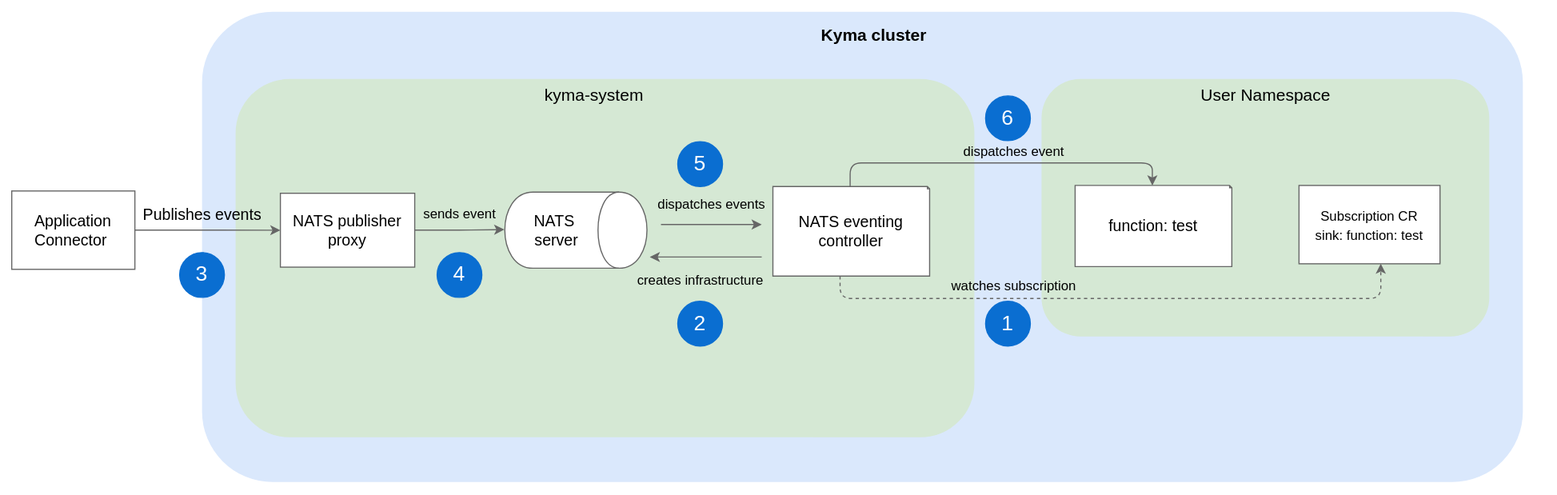
Above: docs/05-technical-reference/03-architecture/assets/evnt-processing-flow.svg in kyma-project/kyma (draw.io), before the change. Source tidied: cells renumbered, new cells last; positions are measured from the earlier drawing's top-left corner, leaving out a move shared by most shapes.
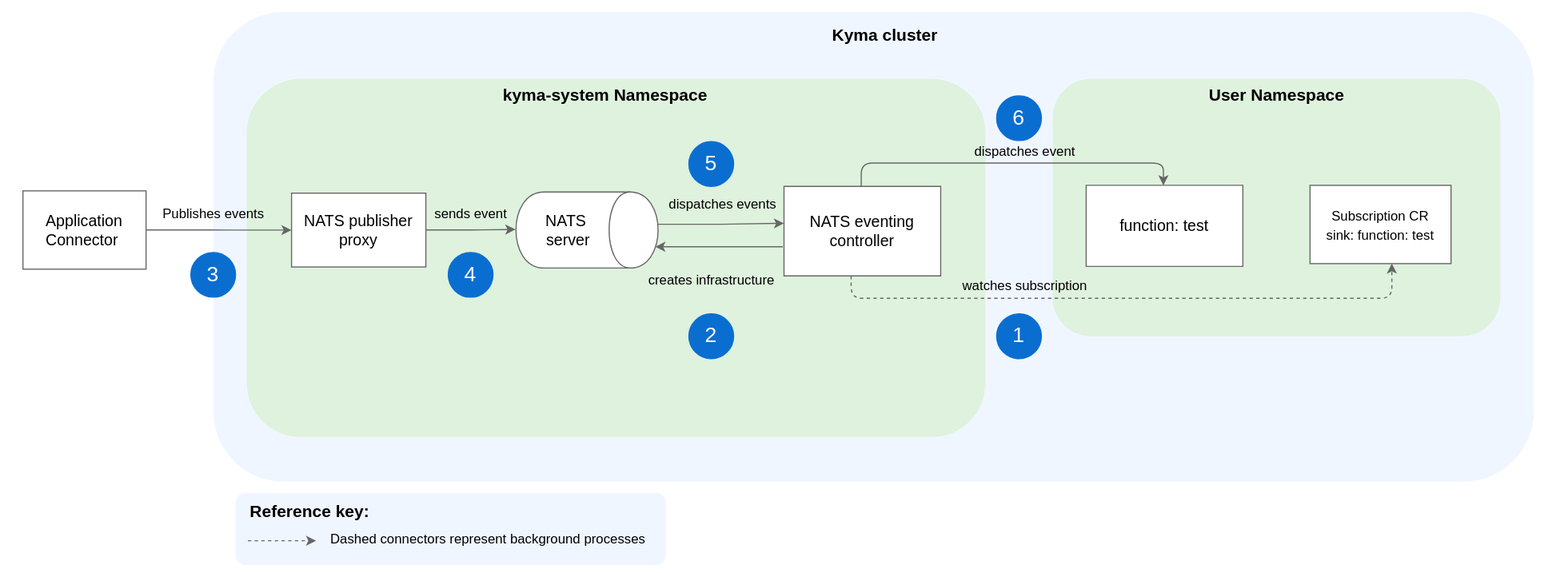
After the commit.

Diff of the diagram source:
```diff
@@ -3,28 +3,28 @@
     <mxCell id="0" />
     <mxCell id="1" parent="0" />
     <mxCell id="2" style="rounded=0;whiteSpace=wrap;html=1;strokeColor=none;" parent="1" vertex="1">
-      <mxGeometry width="1390" height="440" as="geometry" />
+      <mxGeometry x="-10" width="1400" height="510" as="geometry" />
     </mxCell>
-    <mxCell id="3" style="group;fillColor=#dae8fc;strokeWidth=2;verticalAlign=top;shadow=0;rounded=1;" parent="1" vertex="1">
+    <mxCell id="3" style="group;strokeWidth=2;verticalAlign=top;shadow=0;rounded=1;fillColor=#F0F6FF;" parent="1" vertex="1">
       <mxGeometry x="180" y="10" width="1180" height="420" as="geometry" />
     </mxCell>
-    <mxCell id="4" style="group;fillColor=#d5e8d4;strokeWidth=2;rounded=1;" parent="1" vertex="1">
+    <mxCell id="4" style="group;strokeWidth=2;rounded=1;fillColor=#DEF2DD;" parent="1" vertex="1">
       <mxGeometry x="930" y="70" width="400" height="230" as="geometry" />
     </mxCell>
-    <mxCell id="5" value="&lt;font style=&quot;font-size: 14px&quot;&gt;&lt;br style=&quot;font-size: 14px&quot;&gt;&lt;font style=&quot;font-size: 14px&quot;&gt;Application Connector&lt;/font&gt;&lt;/font&gt;&lt;font style=&quot;font-size: 14px&quot;&gt;&amp;nbsp;&lt;br style=&quot;font-size: 14px&quot;&gt;&lt;br style=&quot;font-size: 14px&quot;&gt;&lt;/font&gt;" style="rounded=0;whiteSpace=wrap;html=1;strokeWidth=1;fillColor=#ffffff;verticalAlign=middle;fontSize=14;strokeColor=#666666;" parent="1" vertex="1">
+    <mxCell id="5" value="&lt;font style=&quot;font-size: 14px&quot;&gt;&lt;br&gt;&lt;font style=&quot;font-size: 14px&quot;&gt;Application Connector&lt;/font&gt;&lt;/font&gt;&lt;font style=&quot;font-size: 14px&quot;&gt;&lt;font style=&quot;font-size: 14px&quot;&gt;&amp;nbsp;&lt;br&gt;&lt;/font&gt;&lt;br style=&quot;font-size: 14px&quot;&gt;&lt;/font&gt;" style="rounded=0;whiteSpace=wrap;html=1;strokeWidth=1;fillColor=#ffffff;verticalAlign=middle;fontSize=14;strokeColor=#666666;" parent="1" vertex="1">
       <mxGeometry x="10" y="170" width="110" height="70" as="geometry" />
     </mxCell>
-    <mxCell id="6" value="&lt;font style=&quot;font-size: 15px;&quot;&gt;User Namespace&lt;/font&gt;" style="text;html=1;strokeColor=none;fillColor=none;align=center;verticalAlign=middle;whiteSpace=wrap;rounded=0;fontSize=15;" parent="1" vertex="1">
+    <mxCell id="6" value="&lt;font style=&quot;font-size: 15px&quot;&gt;&lt;b&gt;User Namespace&lt;/b&gt;&lt;/font&gt;" style="text;html=1;strokeColor=none;fillColor=none;align=center;verticalAlign=middle;whiteSpace=wrap;rounded=0;fontSize=15;" parent="1" vertex="1">
       <mxGeometry x="1043.5" y="79.5" width="173" height="9.5" as="geometry" />
     </mxCell>
     <mxCell id="7" value="&lt;span style=&quot;font-size: 12px&quot;&gt;Subscription CR&lt;/span&gt;&lt;br style=&quot;font-size: 12px&quot;&gt;&lt;span style=&quot;font-size: 12px&quot;&gt;sink: function: test&lt;/span&gt;&lt;span style=&quot;font-size: 14px&quot;&gt;&lt;br style=&quot;font-size: 14px&quot;&gt;&lt;/span&gt;" style="rounded=0;whiteSpace=wrap;html=1;strokeWidth=1;fillColor=#ffffff;direction=south;fontSize=14;strokeColor=#666666;" parent="1" vertex="1">
       <mxGeometry x="1160" y="165.1" width="126" height="70" as="geometry" />
     </mxCell>
-    <mxCell id="8" style="group;fillColor=#d5e8d4;strokeWidth=2;verticalAlign=top;rounded=1;" parent="1" vertex="1">
+    <mxCell id="8" style="group;strokeWidth=2;verticalAlign=top;rounded=1;fillColor=#DEF2DD;" parent="1" vertex="1">
       <mxGeometry x="210" y="70" width="660" height="320" as="geometry" />
     </mxCell>
-    <mxCell id="9" value="&lt;font style=&quot;font-size: 15px&quot;&gt;kyma-system&lt;/font&gt;" style="text;html=1;align=center;verticalAlign=middle;fontSize=15;" parent="1" vertex="1">
-      <mxGeometry x="480" y="74.3" width="100" height="20" as="geometry" />
+    <mxCell id="9" value="&lt;font style=&quot;font-size: 15px&quot;&gt;&lt;b&gt;kyma-system Namespace&lt;/b&gt;&lt;/font&gt;" style="text;html=1;align=center;verticalAlign=middle;fontSize=15;" parent="1" vertex="1">
+      <mxGeometry x="430" y="74.3" width="200" height="20" as="geometry" />
     </mxCell>
     <mxCell id="10" value="&lt;font color=&quot;#000000&quot; style=&quot;font-size: 15px;&quot;&gt;&lt;b style=&quot;font-size: 15px;&quot;&gt;Kyma cluster&lt;/b&gt;&lt;/font&gt;" style="text;html=1;align=center;verticalAlign=middle;fontColor=#D2D5D9;fontSize=15;" parent="1" vertex="1">
       <mxGeometry x="725" y="20" width="110" height="20" as="geometry" />
@@ -38,8 +38,8 @@
     <mxCell id="13" value="&lt;font style=&quot;font-size: 14px&quot;&gt;NATS&lt;br&gt;&amp;nbsp;server&lt;/font&gt;" style="shape=cylinder;whiteSpace=wrap;html=1;boundedLbl=1;backgroundOutline=1;rotation=90;horizontal=0;fontSize=14;strokeColor=#666666;" parent="1" vertex="1">
       <mxGeometry x="480" y="141.5" width="68" height="127" as="geometry" />
     </mxCell>
-    <mxCell id="14" value="&lt;font style=&quot;font-size: 14px&quot;&gt;Publishes events&lt;/font&gt;" style="text;html=1;align=center;verticalAlign=middle;" parent="1" vertex="1">
-      <mxGeometry x="120" y="181" width="120" height="20" as="geometry" />
+    <mxCell id="14" value="&lt;font style=&quot;font-size: 12px&quot;&gt;Publishes events&lt;/font&gt;" style="text;html=1;align=center;verticalAlign=middle;" parent="1" vertex="1">
+      <mxGeometry x="125" y="181" width="110" height="20" as="geometry" />
     </mxCell>
     <mxCell id="15" value="sends event" style="text;html=1;align=center;verticalAlign=middle;" parent="1" vertex="1">
       <mxGeometry x="370" y="181" width="80" height="20" as="geometry" />
@@ -48,10 +48,10 @@
       <mxGeometry x="580" y="172.1" width="110" height="20" as="geometry" />
     </mxCell>
     <mxCell id="17" value="&lt;font color=&quot;#ffffff&quot; style=&quot;font-size: 19px&quot;&gt;1&lt;/font&gt;" style="ellipse;whiteSpace=wrap;html=1;strokeColor=#0A6ED1;fillColor=#0A6ED1;" parent="1" vertex="1">
-      <mxGeometry x="880" y="268.6" width="40" height="40" as="geometry" />
+      <mxGeometry x="880" y="280" width="40" height="40" as="geometry" />
     </mxCell>
     <mxCell id="18" value="&lt;font color=&quot;#ffffff&quot; style=&quot;font-size: 19px&quot;&gt;2&lt;/font&gt;&lt;span style=&quot;color: rgba(0 , 0 , 0 , 0) ; font-family: monospace ; font-size: 0px ; white-space: nowrap&quot;&gt;%3CmxGraphModel%3E%3Croot%3E%3CmxCell%20id%3D%220%22%2F%3E%3CmxCell%20id%3D%221%22%20parent%3D%220%22%2F%3E%3CmxCell%20id%3D%222%22%20value%3D%22%26lt%3Bfont%20color%3D%26quot%3B%23ffffff%26quot%3B%20style%3D%26quot%3Bfont-size%3A%2019px%26quot%3B%26gt%3B1%26lt%3B%2Ffont%26gt%3B%22%20style%3D%22ellipse%3BwhiteSpace%3Dwrap%3Bhtml%3D1%3BstrokeColor%3D%230A6ED1%3BfillColor%3D%230A6ED1%3B%22%20vertex%3D%221%22%20parent%3D%221%22%3E%3CmxGeometry%20x%3D%22185%22%20y%3D%22220%22%20width%3D%2240%22%20height%3D%2240%22%20as%3D%22geometry%22%2F%3E%3C%2FmxCell%3E%3C%2Froot%3E%3C%2FmxGraphModel%3E&lt;/span&gt;" style="ellipse;whiteSpace=wrap;html=1;strokeColor=#0A6ED1;fillColor=#0A6ED1;" parent="1" vertex="1">
-      <mxGeometry x="605" y="268.6" width="40" height="40" as="geometry" />
+      <mxGeometry x="605" y="280" width="40" height="40" as="geometry" />
     </mxCell>
     <mxCell id="19" value="&lt;font color=&quot;#ffffff&quot;&gt;&lt;span style=&quot;font-size: 19px&quot;&gt;4&lt;/span&gt;&lt;/font&gt;" style="ellipse;whiteSpace=wrap;html=1;strokeColor=#0A6ED1;fillColor=#0A6ED1;" parent="1" vertex="1">
       <mxGeometry x="390" y="225.1" width="40" height="40" as="geometry" />
@@ -65,13 +65,13 @@
         </Array>
       </mxGeometry>
     </mxCell>
-    <mxCell id="21" value="&lt;font style=&quot;font-size: 14px&quot;&gt;function: test&lt;/font&gt;" style="shape=note;whiteSpace=wrap;html=1;backgroundOutline=1;darkOpacity=0.05;fillColor=#FFFFFF;gradientColor=none;size=2;fontSize=14;strokeColor=#666666;" parent="1" vertex="1">
+    <mxCell id="21" value="&lt;font style=&quot;font-size: 14px&quot;&gt;function: test&lt;/font&gt;" style="shape=note;whiteSpace=wrap;html=1;backgroundOutline=1;darkOpacity=0.05;fillColor=#FFFFFF;gradientColor=none;size=0;fontSize=14;strokeColor=#666666;" parent="1" vertex="1">
       <mxGeometry x="960" y="165.1" width="140" height="72.5" as="geometry" />
     </mxCell>
     <mxCell id="22" style="edgeStyle=orthogonalEdgeStyle;rounded=1;jettySize=auto;html=1;entryX=0;entryY=0;entryDx=69;entryDy=0;entryPerimeter=0;endArrow=classic;endFill=1;exitX=0;exitY=0;exitDx=69;exitDy=0;exitPerimeter=0;startArrow=none;startFill=0;strokeColor=#666666;" parent="1" edge="1" source="23" target="21">
       <mxGeometry relative="1" as="geometry" />
     </mxCell>
-    <mxCell id="23" value="&lt;font style=&quot;font-size: 14px&quot;&gt;NATS eventing controller&lt;/font&gt;" style="shape=note;whiteSpace=wrap;html=1;backgroundOutline=1;darkOpacity=0.05;fillColor=#FFFFFF;gradientColor=none;size=2;fontSize=14;strokeColor=#666666;" parent="1" vertex="1">
+    <mxCell id="23" value="&lt;font style=&quot;font-size: 14px&quot;&gt;NATS eventing controller&lt;/font&gt;" style="shape=note;whiteSpace=wrap;html=1;backgroundOutline=1;darkOpacity=0.05;fillColor=#FFFFFF;gradientColor=none;size=0;fontSize=14;strokeColor=#666666;" parent="1" vertex="1">
       <mxGeometry x="690" y="166.1" width="140" height="80" as="geometry" />
     </mxCell>
     <mxCell id="24" value="&lt;font color=&quot;#ffffff&quot;&gt;&lt;span style=&quot;font-size: 19px&quot;&gt;3&lt;/span&gt;&lt;/font&gt;" style="ellipse;whiteSpace=wrap;html=1;strokeColor=#0A6ED1;fillColor=#0A6ED1;" parent="1" vertex="1">
@@ -100,18 +100,32 @@
     </mxCell>
     <mxCell id="30" style="edgeStyle=orthogonalEdgeStyle;rounded=1;orthogonalLoop=1;jettySize=auto;html=1;strokeColor=#666666;" parent="1" edge="1">
       <mxGeometry relative="1" as="geometry">
-        <mxPoint x="680" y="229" as="sourcePoint" />
-        <mxPoint x="580" y="229" as="targetPoint" />
+        <mxPoint x="689" y="220" as="sourcePoint" />
+        <mxPoint x="575" y="220" as="targetPoint" />
       </mxGeometry>
     </mxCell>
-    <mxCell id="31" style="edgeStyle=orthogonalEdgeStyle;rounded=1;orthogonalLoop=1;jettySize=auto;html=1;strokeColor=#666666;" parent="1" edge="1">
+    <mxCell id="31" style="edgeStyle=orthogonalEdgeStyle;rounded=1;jettySize=auto;html=1;strokeColor=#666666;exitX=0.424;exitY=0.001;exitDx=0;exitDy=0;exitPerimeter=0;" parent="1" edge="1" source="13">
       <mxGeometry relative="1" as="geometry">
-        <mxPoint x="590" y="200" as="sourcePoint" />
-        <mxPoint x="680" y="200" as="targetPoint" />
+        <mxPoint x="690" y="199" as="targetPoint" />
       </mxGeometry>
     </mxCell>
     <mxCell id="32" value="&lt;font color=&quot;#ffffff&quot;&gt;&lt;span style=&quot;font-size: 19px&quot;&gt;6&lt;/span&gt;&lt;/font&gt;" style="ellipse;whiteSpace=wrap;html=1;strokeColor=#0A6ED1;fillColor=#0A6ED1;" parent="1" vertex="1">
       <mxGeometry x="880" y="85.1" width="40" height="40" as="geometry" />
     </mxCell>
+    <mxCell id="33" style="rounded=1;whiteSpace=wrap;html=1;strokeColor=none;fillColor=#F0F6FF;direction=east;rotation=-90;arcSize=14;" parent="1" vertex="1">
+      <mxGeometry x="360" y="280" width="64.5" height="384.6" as="geometry" />
+    </mxCell>
+    <mxCell id="34" value="&lt;font style=&quot;font-size: 15px&quot;&gt;&lt;b&gt;Reference key:&lt;/b&gt;&lt;/font&gt;" style="text;html=1;strokeColor=none;fillColor=none;align=center;verticalAlign=middle;whiteSpace=wrap;rounded=0;direction=east;rotation=0;" parent="1" vertex="1">
+      <mxGeometry x="210" y="445.8" width="113" height="20" as="geometry" />
+    </mxCell>
+    <mxCell id="35" value="&lt;div&gt;&lt;span&gt;Dashed connectors represent background processes&lt;/span&gt;&lt;/div&gt;" style="text;html=1;strokeColor=none;fillColor=none;align=left;verticalAlign=middle;whiteSpace=wrap;rounded=0;" parent="1" vertex="1">
+      <mxGeometry x="282.5" y="465.8" width="306" height="33" as="geometry" />
+    </mxCell>
+    <mxCell id="36" style="endArrow=classic;html=1;dashed=1;strokeWidth=1;strokeColor=#666666;" parent="1" edge="1">
+      <mxGeometry relative="1" as="geometry">
+        <mxPoint x="211" y="482.8" as="sourcePoint" />
+        <mxPoint x="272" y="482.8" as="targetPoint" />
+      </mxGeometry>
+    </mxCell>
   </root>
 </mxGraphModel>
```
